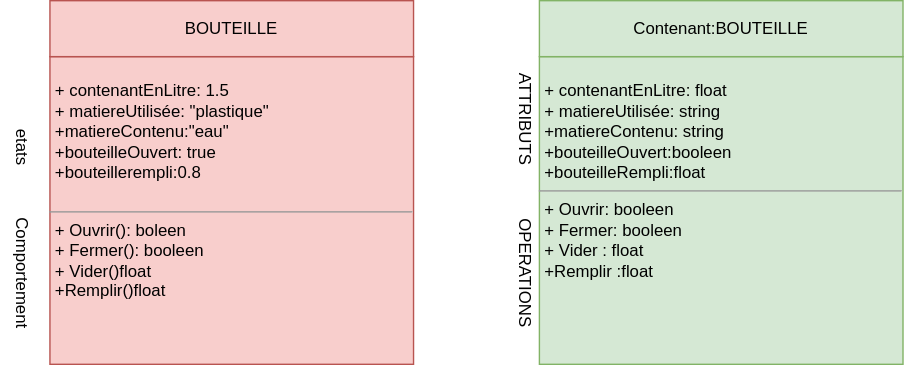
Before: bouteille.drawio.svg, a diagram exported from draw.io (Raffayl/objet). Source tidied: cells renumbered, new cells last; positions are measured from the earlier drawing's top-left corner, leaving out a move shared by most shapes.
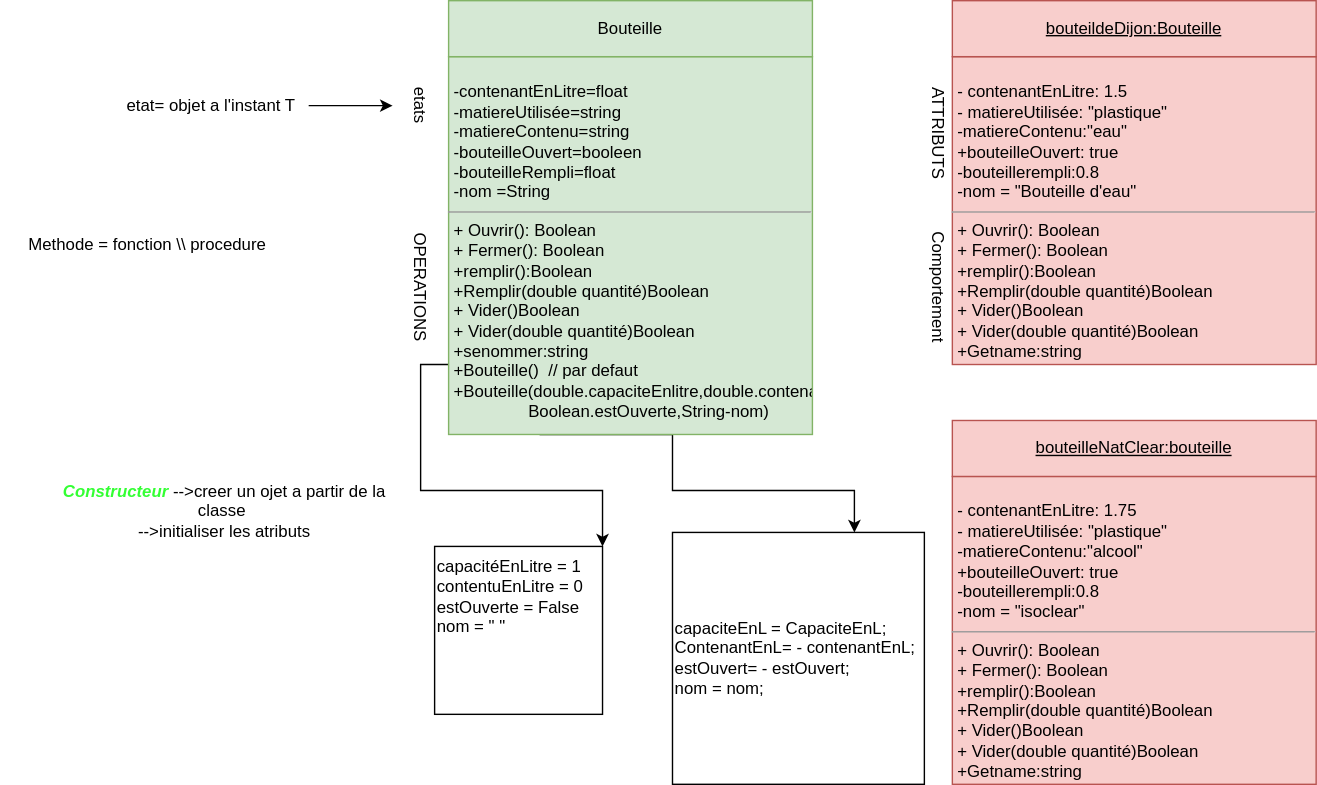
Above is the later version.

The edit, as a diff of the source:
```diff
@@ -2,29 +2,78 @@
   <root>
     <mxCell id="0" />
     <mxCell id="1" parent="0" />
+    <mxCell id="10" style="whiteSpace=wrap;html=1;fontColor=#33FF33;" parent="1" vertex="1">
+      <mxGeometry x="60" y="340" width="120" height="120" as="geometry" />
+    </mxCell>
-    <mxCell id="2" value="&lt;p style=&quot;margin:0px;margin-top:4px;text-align:center;&quot;&gt;&lt;br&gt;&lt;/p&gt;&lt;p style=&quot;margin:0px;margin-left:4px;&quot;&gt;+ contenantEnLitre: 1.5&lt;br&gt;+ matiereUtilisée: &quot;plastique&quot;&lt;/p&gt;&lt;p style=&quot;margin:0px;margin-left:4px;&quot;&gt;+matiereContenu:&quot;eau&quot;&lt;/p&gt;&lt;p style=&quot;border-color: var(--border-color); margin: 0px 0px 0px 4px;&quot;&gt;+bouteilleOuvert: true&lt;/p&gt;&lt;p style=&quot;border-color: var(--border-color); margin: 0px 0px 0px 4px;&quot;&gt;+bouteillerempli:0.8&lt;/p&gt;&lt;p style=&quot;margin:0px;margin-left:4px;&quot;&gt;&lt;br&gt;&lt;/p&gt;&lt;hr size=&quot;1&quot;&gt;&lt;p style=&quot;margin:0px;margin-left:4px;&quot;&gt;+ Ouvrir(): boleen&lt;br&gt;+ Fermer(): booleen&lt;/p&gt;&lt;p style=&quot;margin:0px;margin-left:4px;&quot;&gt;+ Vider()float&lt;/p&gt;&lt;p style=&quot;margin:0px;margin-left:4px;&quot;&gt;+Remplir()float&lt;/p&gt;" style="verticalAlign=top;align=left;overflow=fill;fontSize=12;fontFamily=Helvetica;html=1;fillColor=#f8cecc;strokeColor=#b85450;" parent="1" vertex="1">
-      <mxGeometry x="70" y="40" width="260" height="220" as="geometry" />
+    <mxCell id="2" value="&lt;p style=&quot;margin:0px;margin-top:4px;text-align:center;&quot;&gt;&lt;br&gt;&lt;/p&gt;&lt;p style=&quot;margin:0px;margin-left:4px;&quot;&gt;- contenantEnLitre: 1.5&lt;br&gt;- matiereUtilisée: &quot;plastique&quot;&lt;/p&gt;&lt;p style=&quot;margin:0px;margin-left:4px;&quot;&gt;-matiereContenu:&quot;eau&quot;&lt;/p&gt;&lt;p style=&quot;border-color: var(--border-color); margin: 0px 0px 0px 4px;&quot;&gt;+bouteilleOuvert: true&lt;/p&gt;&lt;p style=&quot;border-color: var(--border-color); margin: 0px 0px 0px 4px;&quot;&gt;-bouteillerempli:0.8&lt;/p&gt;&lt;p style=&quot;margin:0px;margin-left:4px;&quot;&gt;-nom = &quot;Bouteille d'eau&quot;&lt;/p&gt;&lt;hr size=&quot;1&quot;&gt;&lt;p style=&quot;margin:0px;margin-left:4px;&quot;&gt;+ Ouvrir(): Boolean&lt;br&gt;+ Fermer(): Boolean&lt;/p&gt;&lt;p style=&quot;margin:0px;margin-left:4px;&quot;&gt;+remplir():Boolean&lt;/p&gt;&lt;p style=&quot;margin:0px;margin-left:4px;&quot;&gt;+Remplir(double quantité)Boolean&lt;br&gt;&lt;/p&gt;&lt;p style=&quot;margin:0px;margin-left:4px;&quot;&gt;+ Vider()Boolean&lt;/p&gt;&lt;p style=&quot;margin:0px;margin-left:4px;&quot;&gt;+ Vider(double quantité)Boolean&lt;br&gt;&lt;/p&gt;&lt;p style=&quot;margin:0px;margin-left:4px;&quot;&gt;+Getname:string&lt;/p&gt;&lt;p style=&quot;margin:0px;margin-left:4px;&quot;&gt;&lt;br&gt;&lt;/p&gt;" style="verticalAlign=top;align=left;overflow=fill;fontSize=12;fontFamily=Helvetica;html=1;fillColor=#f8cecc;strokeColor=#b85450;" parent="1" vertex="1">
+      <mxGeometry x="430" y="-10" width="260" height="220" as="geometry" />
     </mxCell>
     <mxCell id="3" value="etats" style="text;html=1;strokeColor=none;fillColor=none;align=center;verticalAlign=middle;whiteSpace=wrap;rounded=0;rotation=90;" parent="1" vertex="1">
-      <mxGeometry y="90" width="100" height="30" as="geometry" />
+      <mxGeometry y="10" width="100" height="30" as="geometry" />
     </mxCell>
     <mxCell id="4" value="Comportement" style="text;html=1;strokeColor=none;fillColor=none;align=center;verticalAlign=middle;whiteSpace=wrap;rounded=0;rotation=90;" parent="1" vertex="1">
-      <mxGeometry y="180" width="100" height="30" as="geometry" />
+      <mxGeometry x="370" y="140" width="100" height="30" as="geometry" />
     </mxCell>
+    <mxCell id="11" style="edgeStyle=orthogonalEdgeStyle;rounded=0;jettySize=auto;html=1;exitX=0.25;exitY=1;exitDx=0;exitDy=0;fontColor=#33FF33;" parent="1" edge="1" source="5">
+      <mxGeometry relative="1" as="geometry">
+        <mxPoint x="180" y="340" as="targetPoint" />
+        <Array as="points">
+          <mxPoint x="135" y="210" />
+          <mxPoint x="50" y="210" />
+          <mxPoint x="50" y="300" />
+          <mxPoint x="180" y="300" />
+        </Array>
+      </mxGeometry>
+    </mxCell>
+    <mxCell id="12" style="edgeStyle=orthogonalEdgeStyle;rounded=0;jettySize=auto;html=1;exitX=0.25;exitY=1;exitDx=0;exitDy=0;fontColor=#33FF33;" parent="1" edge="1" source="5" target="20">
+      <mxGeometry relative="1" as="geometry">
+        <Array as="points">
+          <mxPoint x="230" y="260" />
+          <mxPoint x="230" y="300" />
+          <mxPoint x="360" y="300" />
+        </Array>
+      </mxGeometry>
+    </mxCell>
-    <mxCell id="5" value="&lt;p style=&quot;margin:0px;margin-top:4px;text-align:center;&quot;&gt;&lt;br&gt;&lt;/p&gt;&lt;p style=&quot;margin:0px;margin-left:4px;&quot;&gt;+ contenantEnLitre: float&lt;br&gt;+ matiereUtilisée: string&lt;/p&gt;&lt;p style=&quot;margin:0px;margin-left:4px;&quot;&gt;+matiereContenu: string&lt;/p&gt;&lt;p style=&quot;margin:0px;margin-left:4px;&quot;&gt;+bouteilleOuvert:booleen&lt;/p&gt;&lt;p style=&quot;margin:0px;margin-left:4px;&quot;&gt;+bouteilleRempli:float&lt;/p&gt;&lt;hr size=&quot;1&quot;&gt;&lt;p style=&quot;margin:0px;margin-left:4px;&quot;&gt;+ Ouvrir: booleen&lt;br&gt;+ Fermer: booleen&lt;/p&gt;&lt;p style=&quot;margin:0px;margin-left:4px;&quot;&gt;+ Vider : float&lt;/p&gt;&lt;p style=&quot;margin:0px;margin-left:4px;&quot;&gt;+Remplir :float&lt;/p&gt;" style="verticalAlign=top;align=left;overflow=fill;fontSize=12;fontFamily=Helvetica;html=1;fillColor=#d5e8d4;strokeColor=#82b366;" parent="1" vertex="1">
-      <mxGeometry x="420" y="40" width="260" height="220" as="geometry" />
+    <mxCell id="5" value="&lt;p style=&quot;margin:0px;margin-top:4px;text-align:center;&quot;&gt;&lt;br&gt;&lt;/p&gt;&lt;p style=&quot;margin:0px;margin-left:4px;&quot;&gt;-contenantEnLitre=float&lt;br&gt;-matiereUtilisée=string&lt;/p&gt;&lt;p style=&quot;margin:0px;margin-left:4px;&quot;&gt;-matiereContenu=string&lt;/p&gt;&lt;p style=&quot;margin:0px;margin-left:4px;&quot;&gt;-bouteilleOuvert=booleen&lt;/p&gt;&lt;p style=&quot;margin:0px;margin-left:4px;&quot;&gt;-bouteilleRempli=float&lt;/p&gt;&lt;p style=&quot;margin:0px;margin-left:4px;&quot;&gt;-nom =String&lt;br&gt;&lt;/p&gt;&lt;hr size=&quot;1&quot;&gt;&lt;p style=&quot;border-color: var(--border-color); margin: 0px 0px 0px 4px;&quot;&gt;+ Ouvrir(): Boolean&lt;br style=&quot;border-color: var(--border-color);&quot;&gt;+ Fermer(): Boolean&lt;/p&gt;&lt;p style=&quot;border-color: var(--border-color); margin: 0px 0px 0px 4px;&quot;&gt;+remplir():Boolean&lt;/p&gt;&lt;p style=&quot;border-color: var(--border-color); margin: 0px 0px 0px 4px;&quot;&gt;+Remplir(double quantité)Boolean&lt;br style=&quot;border-color: var(--border-color);&quot;&gt;&lt;/p&gt;&lt;p style=&quot;border-color: var(--border-color); margin: 0px 0px 0px 4px;&quot;&gt;+ Vider()Boolean&lt;/p&gt;&lt;p style=&quot;border-color: var(--border-color); margin: 0px 0px 0px 4px;&quot;&gt;+ Vider(double quantité)Boolean&lt;br style=&quot;border-color: var(--border-color);&quot;&gt;&lt;/p&gt;&lt;p style=&quot;border-color: var(--border-color); margin: 0px 0px 0px 4px;&quot;&gt;+senommer:string&lt;/p&gt;&lt;p style=&quot;border-color: var(--border-color); margin: 0px 0px 0px 4px;&quot;&gt;+Bouteille()&amp;nbsp; // par defaut&lt;/p&gt;&lt;p style=&quot;border-color: var(--border-color); margin: 0px 0px 0px 4px;&quot;&gt;+Bouteille(double.capaciteEnlitre,double.contenantEnLitre,&lt;/p&gt;&lt;p style=&quot;border-color: var(--border-color); margin: 0px 0px 0px 4px;&quot;&gt;&lt;span style=&quot;white-space: pre;&quot;&gt;&#9;&lt;/span&gt;&lt;span style=&quot;white-space: pre;&quot;&gt;&#9;&lt;/span&gt;Boolean.estOuverte,String-nom)&lt;br&gt;&lt;/p&gt;" style="verticalAlign=top;align=left;overflow=fill;fontSize=12;fontFamily=Helvetica;html=1;fillColor=#d5e8d4;strokeColor=#82b366;" parent="1" vertex="1">
+      <mxGeometry x="70" y="-10" width="260" height="270" as="geometry" />
     </mxCell>
     <mxCell id="6" value="ATTRIBUTS" style="text;html=1;strokeColor=none;fillColor=none;align=center;verticalAlign=middle;whiteSpace=wrap;rounded=0;rotation=90;" parent="1" vertex="1">
-      <mxGeometry x="360" y="70" width="100" height="30" as="geometry" />
+      <mxGeometry x="370" y="30" width="100" height="30" as="geometry" />
     </mxCell>
     <mxCell id="7" value="OPERATIONS" style="text;html=1;strokeColor=none;fillColor=none;align=center;verticalAlign=middle;whiteSpace=wrap;rounded=0;rotation=90;" parent="1" vertex="1">
-      <mxGeometry x="360" y="180" width="100" height="30" as="geometry" />
+      <mxGeometry y="140" width="100" height="30" as="geometry" />
     </mxCell>
-    <mxCell id="8" value="BOUTEILLE" style="rounded=0;whiteSpace=wrap;html=1;fillColor=#f8cecc;strokeColor=#b85450;" parent="1" vertex="1">
-      <mxGeometry x="70" width="260" height="40" as="geometry" />
+    <mxCell id="8" value="&lt;u&gt;bouteildeDijon:Bouteille&lt;/u&gt;" style="rounded=0;whiteSpace=wrap;html=1;fillColor=#f8cecc;strokeColor=#b85450;" parent="1" vertex="1">
+      <mxGeometry x="430" y="-50" width="260" height="40" as="geometry" />
     </mxCell>
-    <mxCell id="9" value="Contenant:BOUTEILLE" style="rounded=0;whiteSpace=wrap;html=1;fillColor=#d5e8d4;strokeColor=#82b366;" parent="1" vertex="1">
-      <mxGeometry x="420" width="260" height="40" as="geometry" />
+    <mxCell id="9" value="Bouteille" style="rounded=0;whiteSpace=wrap;html=1;fillColor=#d5e8d4;strokeColor=#82b366;" parent="1" vertex="1">
+      <mxGeometry x="70" y="-50" width="260" height="40" as="geometry" />
     </mxCell>
+    <mxCell id="13" value="&lt;b&gt;&lt;i&gt;&lt;font color=&quot;#33ff33&quot;&gt;Constructeur&lt;/font&gt;&lt;/i&gt;&lt;/b&gt; --&amp;gt;creer un ojet a partir de la classe&amp;nbsp;&lt;br&gt;--&amp;gt;initialiser les atributs" style="text;html=1;strokeColor=none;fillColor=none;align=center;verticalAlign=middle;whiteSpace=wrap;rounded=0;" parent="1" vertex="1">
+      <mxGeometry x="-210" y="270" width="240" height="90" as="geometry" />
+    </mxCell>
+    <mxCell id="14" style="edgeStyle=orthogonalEdgeStyle;rounded=0;jettySize=auto;html=1;" parent="1" edge="1" source="15">
+      <mxGeometry relative="1" as="geometry">
+        <mxPoint x="30" y="25" as="targetPoint" />
+      </mxGeometry>
+    </mxCell>
+    <mxCell id="15" value="etat= objet a l'instant T" style="text;html=1;align=center;verticalAlign=middle;points=[];strokeColor=none;fillColor=none;" parent="1" vertex="1">
+      <mxGeometry x="-170" y="10" width="140" height="30" as="geometry" />
+    </mxCell>
+    <mxCell id="16" value="Methode = fonction \\ procedure" style="text;html=1;strokeColor=none;fillColor=none;align=center;verticalAlign=middle;whiteSpace=wrap;rounded=0;" parent="1" vertex="1">
+      <mxGeometry x="-250" y="110" width="210" height="30" as="geometry" />
+    </mxCell>
+    <mxCell id="17" value="&lt;div style=&quot;&quot;&gt;&lt;span style=&quot;background-color: initial;&quot;&gt;capacitéEnLitre = 1&lt;/span&gt;&lt;/div&gt;&lt;div style=&quot;&quot;&gt;&lt;span style=&quot;background-color: initial;&quot;&gt;contentuEnLitre = 0&lt;/span&gt;&lt;/div&gt;&lt;div style=&quot;&quot;&gt;&lt;span style=&quot;background-color: initial;&quot;&gt;estOuverte = False&lt;/span&gt;&lt;/div&gt;&lt;div style=&quot;&quot;&gt;&lt;span style=&quot;background-color: initial;&quot;&gt;nom = &quot; &quot;&lt;/span&gt;&lt;/div&gt;&lt;div style=&quot;&quot;&gt;&lt;span style=&quot;background-color: initial;&quot;&gt;&lt;br&gt;&lt;/span&gt;&lt;/div&gt;&lt;div style=&quot;&quot;&gt;&lt;span style=&quot;background-color: initial;&quot;&gt;&lt;br&gt;&lt;/span&gt;&lt;/div&gt;&lt;div style=&quot;&quot;&gt;&lt;br&gt;&lt;/div&gt;&lt;div style=&quot;&quot;&gt;&lt;span style=&quot;background-color: initial;&quot;&gt;&lt;br&gt;&lt;/span&gt;&lt;/div&gt;" style="text;html=1;strokeColor=none;fillColor=none;align=left;verticalAlign=middle;whiteSpace=wrap;rounded=0;" parent="1" vertex="1">
+      <mxGeometry x="60" y="380" width="140" height="50" as="geometry" />
+    </mxCell>
+    <mxCell id="18" value="&lt;p style=&quot;margin:0px;margin-top:4px;text-align:center;&quot;&gt;&lt;br&gt;&lt;/p&gt;&lt;p style=&quot;margin:0px;margin-left:4px;&quot;&gt;- contenantEnLitre: 1.75&lt;/p&gt;&lt;p style=&quot;margin:0px;margin-left:4px;&quot;&gt;- matiereUtilisée: &quot;plastique&quot;&lt;/p&gt;&lt;p style=&quot;margin:0px;margin-left:4px;&quot;&gt;-matiereContenu:&quot;alcool&quot;&lt;/p&gt;&lt;p style=&quot;border-color: var(--border-color); margin: 0px 0px 0px 4px;&quot;&gt;+bouteilleOuvert: true&lt;/p&gt;&lt;p style=&quot;border-color: var(--border-color); margin: 0px 0px 0px 4px;&quot;&gt;-bouteillerempli:0.8&lt;/p&gt;&lt;p style=&quot;margin:0px;margin-left:4px;&quot;&gt;-nom = &quot;isoclear&quot;&lt;/p&gt;&lt;hr size=&quot;1&quot;&gt;&lt;p style=&quot;margin:0px;margin-left:4px;&quot;&gt;+ Ouvrir(): Boolean&lt;br&gt;+ Fermer(): Boolean&lt;/p&gt;&lt;p style=&quot;margin:0px;margin-left:4px;&quot;&gt;+remplir():Boolean&lt;/p&gt;&lt;p style=&quot;margin:0px;margin-left:4px;&quot;&gt;+Remplir(double quantité)Boolean&lt;br&gt;&lt;/p&gt;&lt;p style=&quot;margin:0px;margin-left:4px;&quot;&gt;+ Vider()Boolean&lt;/p&gt;&lt;p style=&quot;margin:0px;margin-left:4px;&quot;&gt;+ Vider(double quantité)Boolean&lt;br&gt;&lt;/p&gt;&lt;p style=&quot;margin:0px;margin-left:4px;&quot;&gt;+Getname:string&lt;/p&gt;&lt;p style=&quot;margin:0px;margin-left:4px;&quot;&gt;&lt;br&gt;&lt;/p&gt;" style="verticalAlign=top;align=left;overflow=fill;fontSize=12;fontFamily=Helvetica;html=1;fillColor=#f8cecc;strokeColor=#b85450;" parent="1" vertex="1">
+      <mxGeometry x="430" y="290" width="260" height="220" as="geometry" />
+    </mxCell>
+    <mxCell id="19" value="&lt;u&gt;bouteilleNatClear:bouteille&lt;/u&gt;" style="rounded=0;whiteSpace=wrap;html=1;fillColor=#f8cecc;strokeColor=#b85450;" parent="1" vertex="1">
+      <mxGeometry x="430" y="250" width="260" height="40" as="geometry" />
+    </mxCell>
+    <mxCell id="20" value="&lt;div style=&quot;&quot;&gt;&lt;span style=&quot;color: rgb(0, 0, 0); background-color: initial;&quot;&gt;capaciteEnL = CapaciteEnL;&lt;/span&gt;&lt;/div&gt;&lt;div style=&quot;&quot;&gt;&lt;span style=&quot;color: rgb(0, 0, 0); background-color: initial;&quot;&gt;ContenantEnL= - contenantEnL;&lt;/span&gt;&lt;/div&gt;&lt;div style=&quot;&quot;&gt;&lt;span style=&quot;color: rgb(0, 0, 0); background-color: initial;&quot;&gt;estOuvert= - estOuvert;&lt;/span&gt;&lt;/div&gt;&lt;div style=&quot;&quot;&gt;&lt;span style=&quot;color: rgb(0, 0, 0); background-color: initial;&quot;&gt;nom = nom;&lt;/span&gt;&lt;/div&gt;" style="whiteSpace=wrap;html=1;fontColor=#33FF33;align=left;" parent="1" vertex="1">
+      <mxGeometry x="230" y="330" width="180" height="180" as="geometry" />
+    </mxCell>
   </root>
 </mxGraphModel>
```
